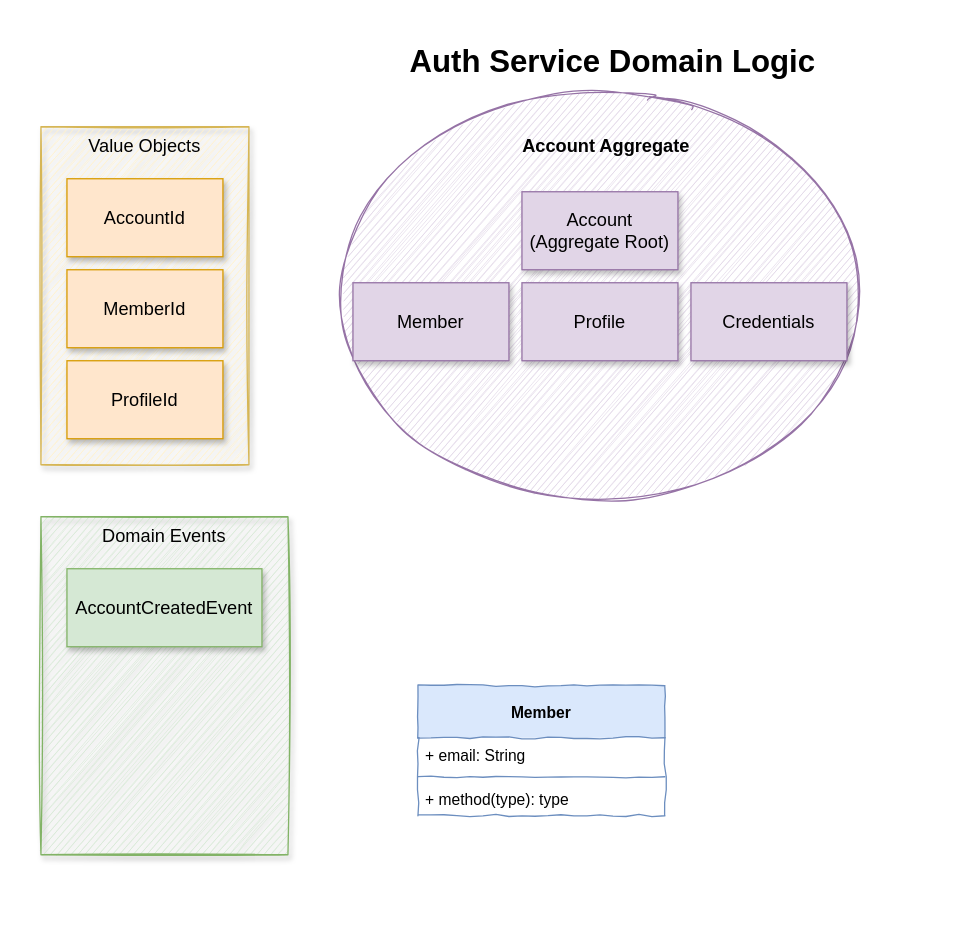
Above: page "User_Mgmt_Domain" (3 of 4) of src/user-management/.github/diagrams/diagrams.drawio in kumo829/GamingTournamentBackJava (draw.io), before the change. Source tidied: cells renumbered, new cells numbered last; positions are measured from the earlier drawing's top-left corner, leaving out a move shared by most shapes. Both pictures are drawn from the tidied source at 130%, with x=0, y=0 at pixel (40, 35).
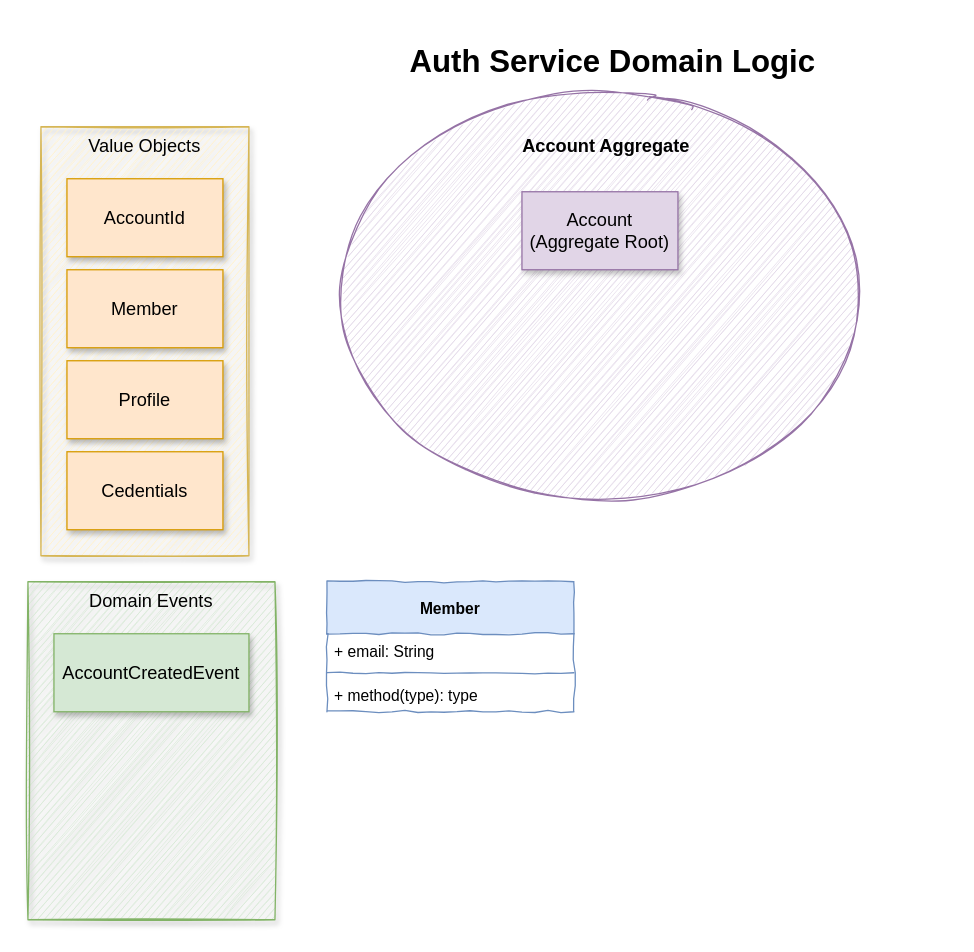
The same page after the edit.

What changed in the source:
```diff
@@
 <mxGraphModel>
   <root>
     <mxCell id="0" />
     <mxCell id="1" parent="0" />
     <mxCell id="2" value="&lt;h1&gt;Auth Service Domain Logic&lt;/h1&gt;" style="text;html=1;strokeColor=none;fillColor=none;spacing=5;spacingTop=-20;whiteSpace=wrap;overflow=hidden;rounded=0;align=center;" parent="1" vertex="1">
       <mxGeometry x="180" width="520" height="50" as="geometry" />
     </mxCell>
     <mxCell id="3" style="ellipse;whiteSpace=wrap;html=1;sketch=1;fillColor=#e1d5e7;strokeColor=#9673a6;" parent="1" vertex="1">
       <mxGeometry x="220" y="50" width="420" height="300" as="geometry" />
     </mxCell>
     <mxCell id="4" value="Account Aggregate" style="text;html=1;strokeColor=none;fillColor=none;align=center;verticalAlign=middle;whiteSpace=wrap;rounded=0;fontStyle=1;fontSize=14;sketch=1;shadow=0;glass=0;" parent="1" vertex="1">
       <mxGeometry x="340" y="70" width="190" height="30" as="geometry" />
     </mxCell>
     <mxCell id="5" value="Account&lt;br&gt;(Aggregate Root)" style="rounded=0;whiteSpace=wrap;html=1;shadow=1;glass=0;sketch=0;fontSize=14;fillColor=#e1d5e7;strokeColor=#9673a6;" parent="1" vertex="1">
       <mxGeometry x="370" y="120" width="120" height="60" as="geometry" />
     </mxCell>
-    <mxCell id="6" value="Member" style="rounded=0;whiteSpace=wrap;html=1;shadow=1;glass=0;sketch=0;fontSize=14;fillColor=#e1d5e7;strokeColor=#9673a6;" parent="1" vertex="1">
-      <mxGeometry x="240" y="190" width="120" height="60" as="geometry" />
-    </mxCell>
-    <mxCell id="7" value="Profile" style="rounded=0;whiteSpace=wrap;html=1;shadow=1;glass=0;sketch=0;fontSize=14;fillColor=#e1d5e7;strokeColor=#9673a6;" parent="1" vertex="1">
-      <mxGeometry x="370" y="190" width="120" height="60" as="geometry" />
-    </mxCell>
     <mxCell id="8" value="Value Objects" style="rounded=0;whiteSpace=wrap;html=1;shadow=1;glass=0;sketch=1;fontSize=14;verticalAlign=top;fillColor=#fff2cc;strokeColor=#d6b656;" parent="1" vertex="1">
-      <mxGeometry y="70" width="160" height="260" as="geometry" />
+      <mxGeometry y="70" width="160" height="330" as="geometry" />
     </mxCell>
     <mxCell id="9" value="AccountId" style="rounded=0;whiteSpace=wrap;html=1;shadow=1;glass=0;sketch=0;fontSize=14;fillColor=#ffe6cc;strokeColor=#d79b00;" parent="1" vertex="1">
       <mxGeometry x="20" y="110" width="120" height="60" as="geometry" />
     </mxCell>
-    <mxCell id="10" value="MemberId" style="rounded=0;whiteSpace=wrap;html=1;shadow=1;glass=0;sketch=0;fontSize=14;fillColor=#ffe6cc;strokeColor=#d79b00;" parent="1" vertex="1">
+    <mxCell id="10" value="Member" style="rounded=0;whiteSpace=wrap;html=1;shadow=1;glass=0;sketch=0;fontSize=14;fillColor=#ffe6cc;strokeColor=#d79b00;" parent="1" vertex="1">
       <mxGeometry x="20" y="180" width="120" height="60" as="geometry" />
     </mxCell>
-    <mxCell id="11" value="ProfileId" style="rounded=0;whiteSpace=wrap;html=1;shadow=1;glass=0;sketch=0;fontSize=14;fillColor=#ffe6cc;strokeColor=#d79b00;" parent="1" vertex="1">
+    <mxCell id="11" value="Profile" style="rounded=0;whiteSpace=wrap;html=1;shadow=1;glass=0;sketch=0;fontSize=14;fillColor=#ffe6cc;strokeColor=#d79b00;" parent="1" vertex="1">
       <mxGeometry x="20" y="250" width="120" height="60" as="geometry" />
     </mxCell>
     <mxCell id="12" value="Member" style="swimlane;fontStyle=1;align=center;verticalAlign=middle;horizontal=1;startSize=40;sketch=1;sketchStyle=comic;strokeColor=#6c8ebf;strokeWidth=1;fillColor=#dae8fc;noLabel=0;" parent="1" vertex="1">
-      <mxGeometry x="290" y="500" width="190" height="100" as="geometry" />
+      <mxGeometry x="220" y="420" width="190" height="100" as="geometry" />
     </mxCell>
     <mxCell id="13" value="+ email: String" style="text;strokeColor=none;fillColor=none;align=left;verticalAlign=top;spacingLeft=4;spacingRight=4;overflow=hidden;sketch=1;sketchStyle=comic;startSize=40;" parent="12" vertex="1">
       <mxGeometry y="40" width="190" height="26" as="geometry" />
     </mxCell>
     <mxCell id="14" style="line;strokeWidth=1;fillColor=none;align=left;verticalAlign=middle;spacingTop=-1;spacingLeft=3;spacingRight=3;labelPosition=right;sketch=1;sketchStyle=comic;startSize=40;strokeColor=#6C8EBF;" parent="12" vertex="1">
       <mxGeometry y="66" width="190" height="8" as="geometry" />
     </mxCell>
     <mxCell id="15" value="+ method(type): type" style="text;strokeColor=none;fillColor=none;align=left;verticalAlign=top;spacingLeft=4;spacingRight=4;overflow=hidden;sketch=1;sketchStyle=comic;startSize=40;" parent="12" vertex="1">
       <mxGeometry y="74" width="190" height="26" as="geometry" />
     </mxCell>
-    <mxCell id="16" value="Credentials" style="rounded=0;whiteSpace=wrap;html=1;shadow=1;glass=0;sketch=0;fontSize=14;fillColor=#e1d5e7;strokeColor=#9673a6;" parent="1" vertex="1">
-      <mxGeometry x="500" y="190" width="120" height="60" as="geometry" />
-    </mxCell>
     <mxCell id="17" value="Domain Events" style="rounded=0;whiteSpace=wrap;html=1;shadow=1;glass=0;sketch=1;fontSize=14;verticalAlign=top;fillColor=#d5e8d4;strokeColor=#82b366;" parent="1" vertex="1">
-      <mxGeometry y="370" width="190" height="260" as="geometry" />
+      <mxGeometry x="-10" y="420" width="190" height="260" as="geometry" />
     </mxCell>
     <mxCell id="18" value="AccountCreatedEvent" style="rounded=0;whiteSpace=wrap;html=1;shadow=1;glass=0;sketch=0;fontSize=14;fillColor=#d5e8d4;strokeColor=#82b366;" parent="1" vertex="1">
-      <mxGeometry x="20" y="410" width="150" height="60" as="geometry" />
+      <mxGeometry x="10" y="460" width="150" height="60" as="geometry" />
     </mxCell>
+    <mxCell id="19" value="Cedentials" style="rounded=0;whiteSpace=wrap;html=1;shadow=1;glass=0;sketch=0;fontSize=14;fillColor=#ffe6cc;strokeColor=#d79b00;" parent="1" vertex="1">
+      <mxGeometry x="20" y="320" width="120" height="60" as="geometry" />
+    </mxCell>
   </root>
 </mxGraphModel>
```
